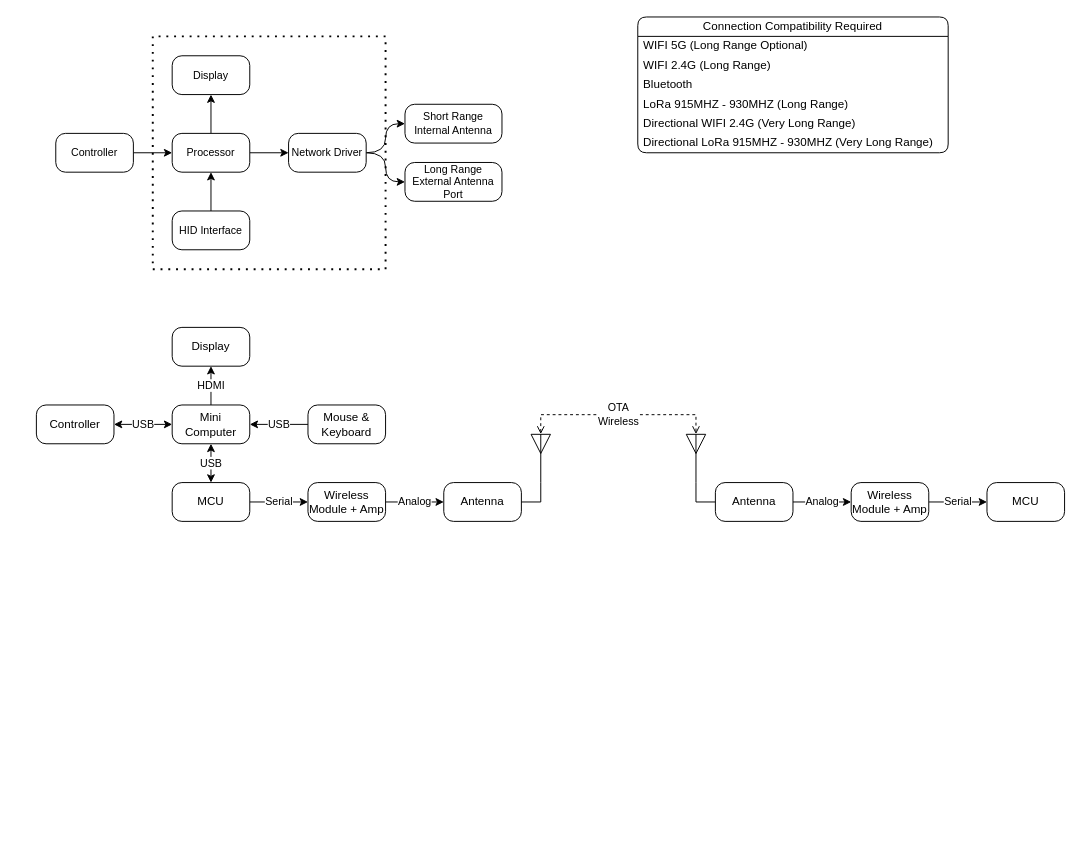
Earlier version of the draw.io diagram page "Brainstorm" (2 of 3) of Documents/Diagram.drawio (Ornithopter-Project/Base-Station). Source tidied: cells renumbered, new cells numbered last; positions are measured from the earlier drawing's top-left corner, leaving out a move shared by most shapes. Both pictures are drawn from the tidied source at 97%, with x=0, y=0 at pixel (36, 16).
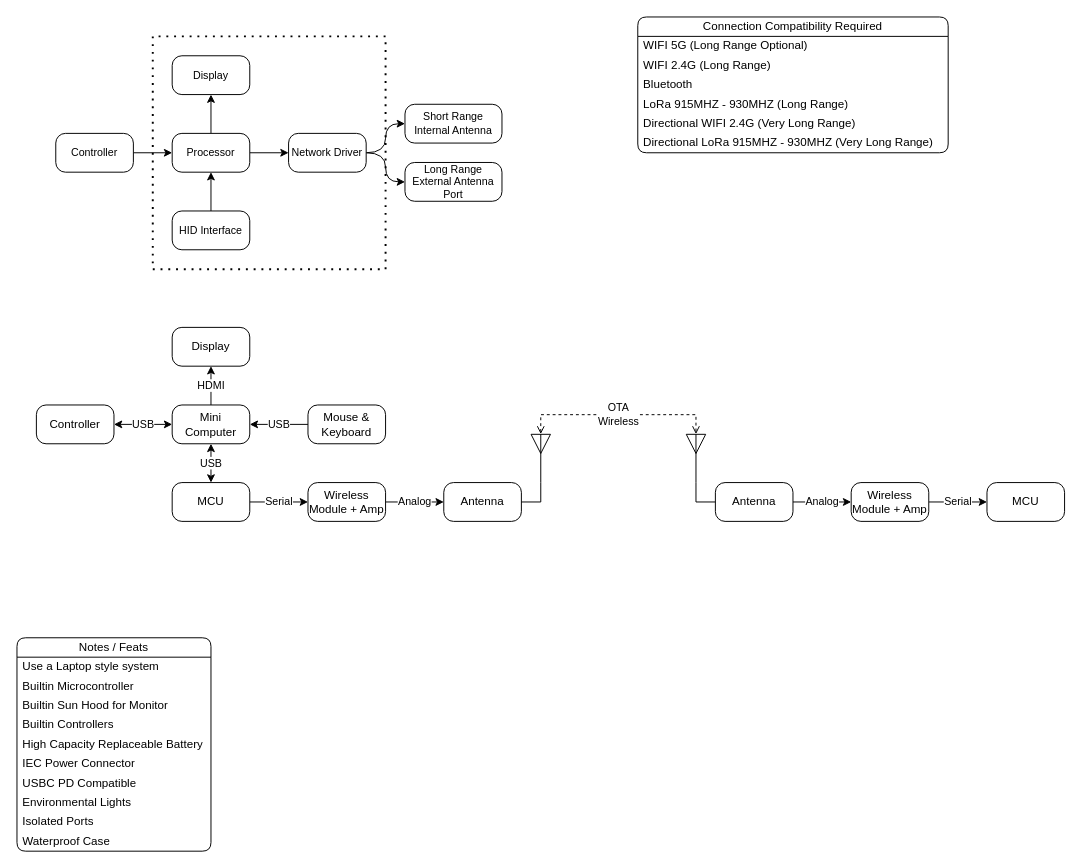
Above is the later version.

Commit message:
Added Features wanted

The edit, as a diff of the source:
```diff
@@
+    <mxCell id="46" value="Notes / Feats" style="swimlane;fontStyle=0;horizontal=1;startSize=20;whiteSpace=wrap;html=1;rounded=1;" parent="1" vertex="1">
+      <mxGeometry x="-20" y="640" width="200" height="220" as="geometry" />
+    </mxCell>
+    <mxCell id="47" value="Use a Laptop style system" style="text;strokeColor=none;fillColor=none;align=left;verticalAlign=middle;spacingLeft=4;spacingRight=4;overflow=hidden;whiteSpace=wrap;html=1;" parent="46" vertex="1">
+      <mxGeometry y="20" width="200" height="20" as="geometry" />
+    </mxCell>
+    <mxCell id="48" value="Builtin Microcontroller" style="text;strokeColor=none;fillColor=none;align=left;verticalAlign=middle;spacingLeft=4;spacingRight=4;overflow=hidden;whiteSpace=wrap;html=1;" parent="46" vertex="1">
+      <mxGeometry y="40" width="200" height="20" as="geometry" />
+    </mxCell>
+    <mxCell id="49" value="Builtin Sun Hood for Monitor" style="text;strokeColor=none;fillColor=none;align=left;verticalAlign=middle;spacingLeft=4;spacingRight=4;overflow=hidden;whiteSpace=wrap;html=1;" parent="46" vertex="1">
+      <mxGeometry y="60" width="200" height="20" as="geometry" />
+    </mxCell>
+    <mxCell id="50" value="Builtin Controllers" style="text;strokeColor=none;fillColor=none;align=left;verticalAlign=middle;spacingLeft=4;spacingRight=4;overflow=hidden;whiteSpace=wrap;html=1;" parent="46" vertex="1">
+      <mxGeometry y="80" width="200" height="20" as="geometry" />
+    </mxCell>
+    <mxCell id="51" value="High Capacity Replaceable Battery" style="text;strokeColor=none;fillColor=none;align=left;verticalAlign=middle;spacingLeft=4;spacingRight=4;overflow=hidden;whiteSpace=wrap;html=1;" parent="46" vertex="1">
+      <mxGeometry y="100" width="200" height="20" as="geometry" />
+    </mxCell>
+    <mxCell id="52" value="IEC Power Connector" style="text;strokeColor=none;fillColor=none;align=left;verticalAlign=middle;spacingLeft=4;spacingRight=4;overflow=hidden;whiteSpace=wrap;html=1;" parent="46" vertex="1">
+      <mxGeometry y="120" width="200" height="20" as="geometry" />
+    </mxCell>
+    <mxCell id="53" value="USBC PD Compatible" style="text;strokeColor=none;fillColor=none;align=left;verticalAlign=middle;spacingLeft=4;spacingRight=4;overflow=hidden;whiteSpace=wrap;html=1;" parent="46" vertex="1">
+      <mxGeometry y="140" width="200" height="20" as="geometry" />
+    </mxCell>
+    <mxCell id="54" value="Environmental Lights" style="text;strokeColor=none;fillColor=none;align=left;verticalAlign=middle;spacingLeft=4;spacingRight=4;overflow=hidden;whiteSpace=wrap;html=1;" parent="46" vertex="1">
+      <mxGeometry y="160" width="200" height="20" as="geometry" />
+    </mxCell>
+    <mxCell id="55" value="Isolated Ports" style="text;strokeColor=none;fillColor=none;align=left;verticalAlign=middle;spacingLeft=4;spacingRight=4;overflow=hidden;whiteSpace=wrap;html=1;" parent="46" vertex="1">
+      <mxGeometry y="180" width="200" height="20" as="geometry" />
+    </mxCell>
+    <mxCell id="56" value="Waterproof Case" style="text;strokeColor=none;fillColor=none;align=left;verticalAlign=middle;spacingLeft=4;spacingRight=4;overflow=hidden;whiteSpace=wrap;html=1;" parent="46" vertex="1">
+      <mxGeometry y="200" width="200" height="20" as="geometry" />
+    </mxCell>
```
